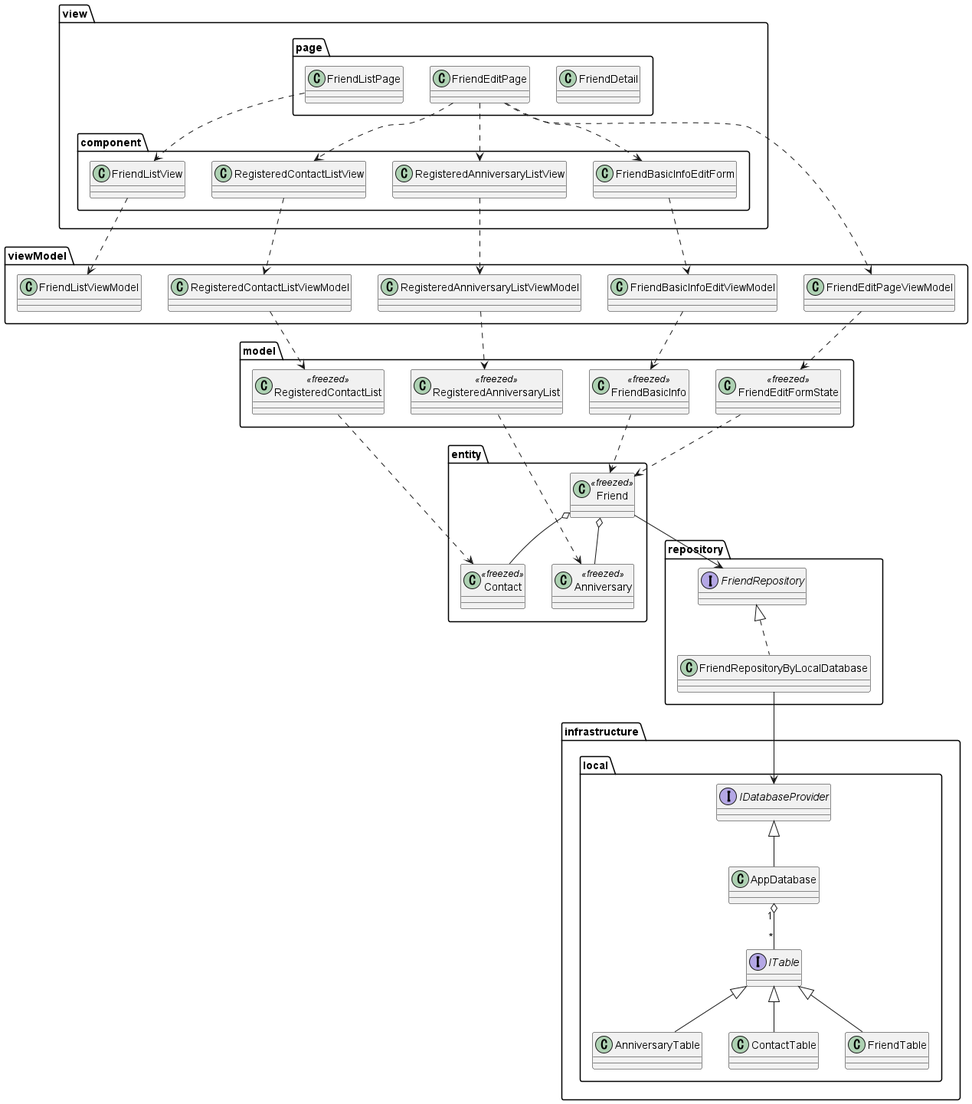
nmskm240/friend_list keeps this PlantUML diagram as uml/class_diagram/class_diagram.png. Above is the earlier version.
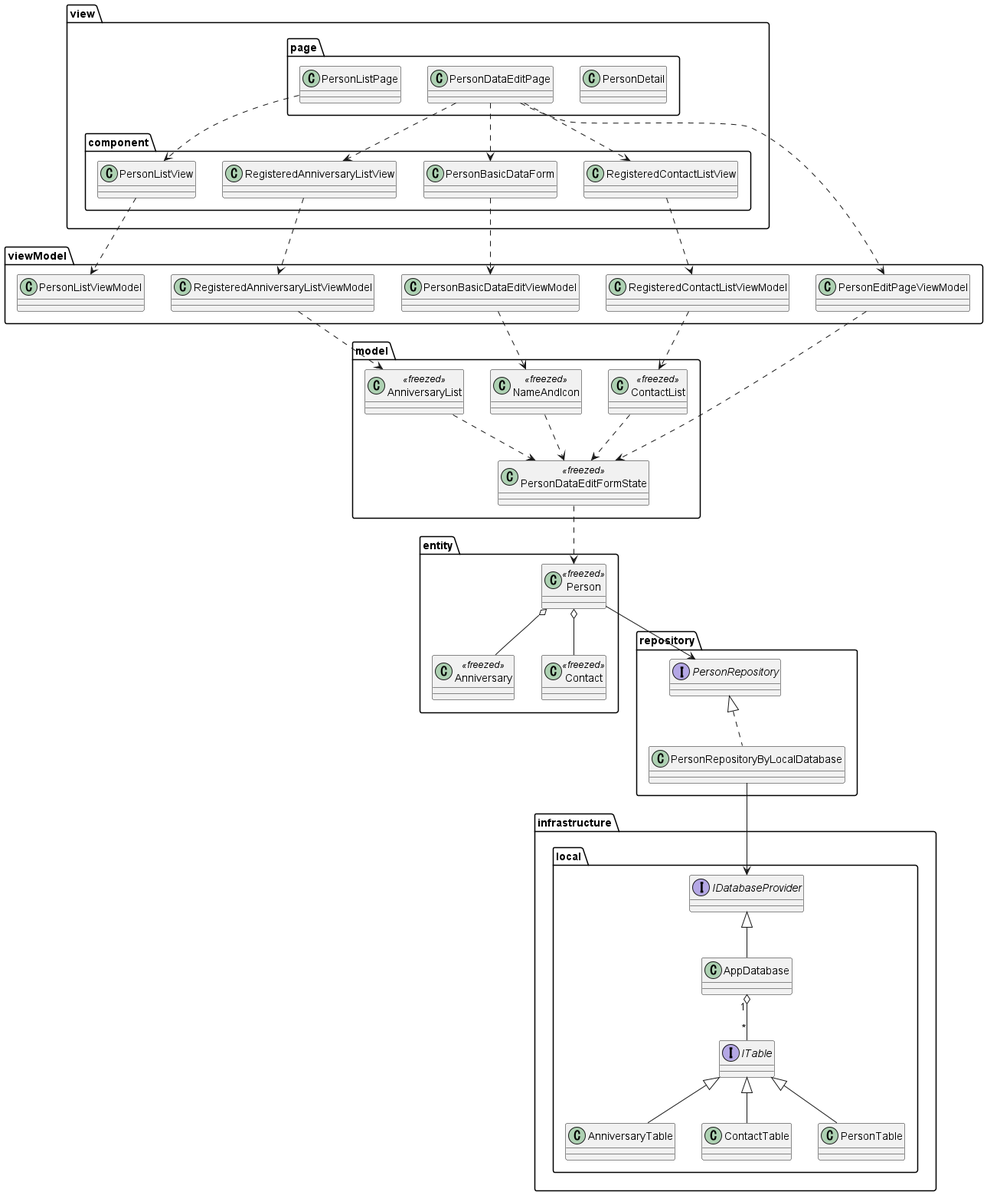
The same diagram one commit later.

Diff of the diagram source:
```diff
@@ -2,44 +2,44 @@
 
 package view {
     package page {
-        class FriendDetail
-        class FriendEditPage
-        class FriendListPage
+        class PersonDetail
+        class PersonDataEditPage
+        class PersonListPage
     }
 
     package component {
-        class FriendListView
-        class FriendBasicInfoEditForm
+        class PersonListView
+        class PersonBasicDataForm
         class RegisteredAnniversaryListView
         class RegisteredContactListView
     }
 }
 
 package viewModel {
-    class FriendListViewModel
-    class FriendEditPageViewModel
-    class FriendBasicInfoEditViewModel
+    class PersonListViewModel
+    class PersonBasicDataEditViewModel
     class RegisteredAnniversaryListViewModel
     class RegisteredContactListViewModel
+    class PersonEditPageViewModel
 }
 
 package model {
-    class FriendBasicInfo<<freezed>>
-    class FriendEditFormState<<freezed>>
-    class RegisteredAnniversaryList<<freezed>>
-    class RegisteredContactList<<freezed>>
+    class PersonDataEditFormState<<freezed>>
+    class NameAndIcon<<freezed>>
+    class AnniversaryList<<freezed>>
+    class ContactList<<freezed>>
 }
 
 
 package repository {
-    interface FriendRepository
-    class FriendRepositoryByLocalDatabase
+    interface PersonRepository
+    class PersonRepositoryByLocalDatabase
 }
 
 package entity {
     class Anniversary<<freezed>>
     class Contact<<freezed>>
-    class Friend<<freezed>>
+    class Person<<freezed>>
 }
 
 package infrastructure {
@@ -47,46 +47,47 @@
         class AnniversaryTable
         class AppDatabase
         class ContactTable
-        class FriendTable
+        class PersonTable
         interface IDatabaseProvider
         interface ITable
     }
 }
 
-FriendListView ..> FriendListViewModel
+PersonListView ..> PersonListViewModel
 
-FriendListPage ..> FriendListView
-FriendEditPage ..> FriendBasicInfoEditForm
-FriendEditPage ..> RegisteredAnniversaryListView
-FriendEditPage ..> RegisteredContactListView
+PersonListPage ..> PersonListView
+PersonDataEditPage ..> PersonBasicDataForm
+PersonDataEditPage ..> RegisteredAnniversaryListView
+PersonDataEditPage ..> RegisteredContactListView
 
-FriendEditPage ..> FriendEditPageViewModel
-FriendBasicInfoEditForm ..> FriendBasicInfoEditViewModel
+PersonDataEditPage ..> PersonEditPageViewModel
+PersonBasicDataForm ..> PersonBasicDataEditViewModel
 RegisteredAnniversaryListView ..> RegisteredAnniversaryListViewModel
 RegisteredContactListView ..> RegisteredContactListViewModel
 
-FriendEditPageViewModel ..> FriendEditFormState
-FriendBasicInfoEditViewModel ..> FriendBasicInfo
-RegisteredAnniversaryListViewModel ..> RegisteredAnniversaryList
-RegisteredContactListViewModel ..> RegisteredContactList
+PersonEditPageViewModel ..> PersonDataEditFormState
+PersonBasicDataEditViewModel ..> NameAndIcon
+RegisteredAnniversaryListViewModel ..> AnniversaryList
+RegisteredContactListViewModel ..> ContactList
 
-FriendBasicInfo ..> Friend
-RegisteredAnniversaryList ..> Anniversary
-RegisteredContactList ..> Contact
-FriendEditFormState ..> Friend
+NameAndIcon ..> PersonDataEditFormState
+AnniversaryList ..> PersonDataEditFormState
+ContactList ..> PersonDataEditFormState
 
-Friend o-- Anniversary
-Friend o-- Contact
+PersonDataEditFormState ..> Person
 
-Friend --> FriendRepository
+Person o-- Anniversary
+Person o-- Contact
 
-FriendRepository <|.. FriendRepositoryByLocalDatabase
+Person --> PersonRepository
 
-FriendRepositoryByLocalDatabase --> IDatabaseProvider
+PersonRepository <|.. PersonRepositoryByLocalDatabase
+
+PersonRepositoryByLocalDatabase --> IDatabaseProvider
 
 ITable <|-- AnniversaryTable
 ITable <|-- ContactTable
-ITable <|-- FriendTable
+ITable <|-- PersonTable
 AppDatabase "1" o-- "*" ITable
 IDatabaseProvider <|-- AppDatabase
 
```
